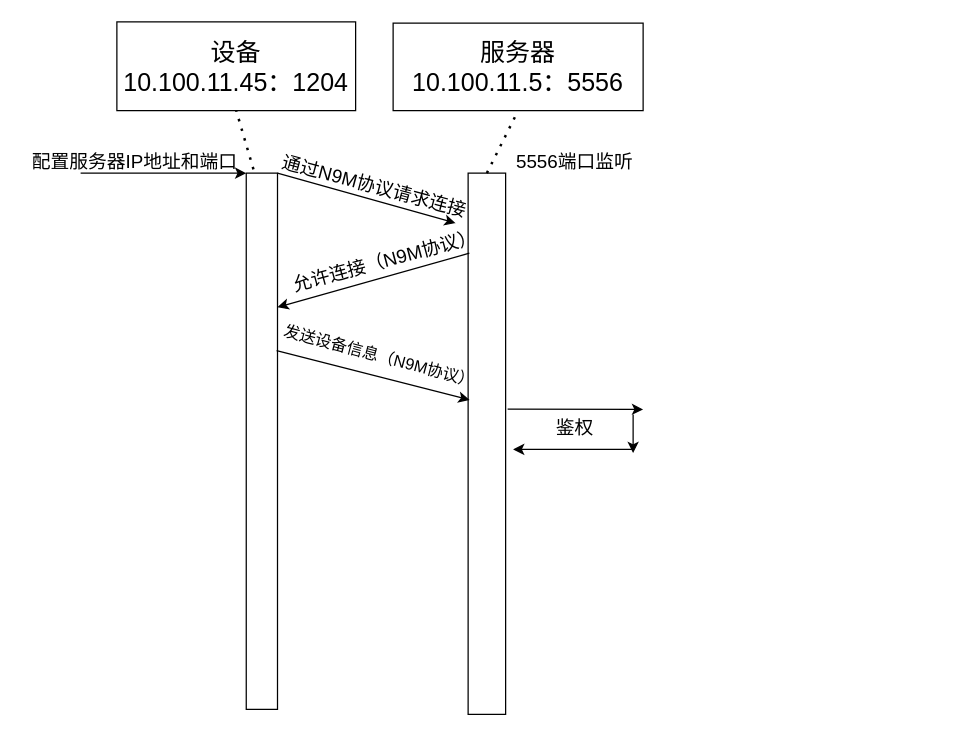
Above: Untitled Diagram.drawio in akkkriver/diagramswork (draw.io), before the change. Source tidied: cells renumbered, new cells numbered last; positions are measured from the earlier drawing's top-left corner, leaving out a move shared by most shapes. Both pictures are drawn from the tidied source at 125%, with x=0, y=0 at pixel (20, 21).
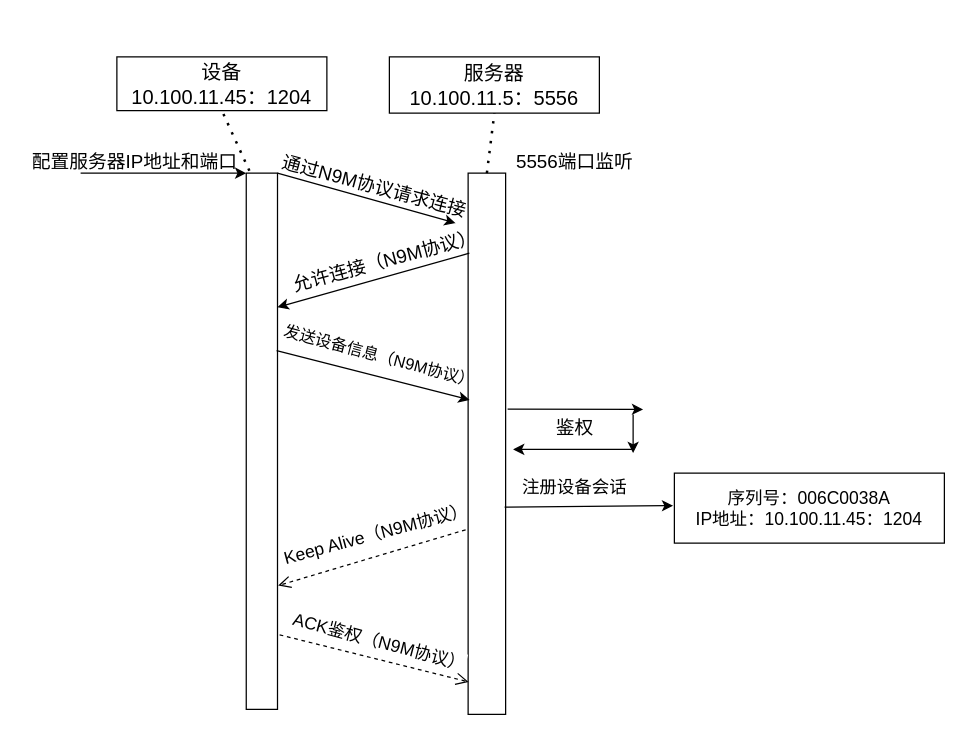
After the change.

Unchanged cells that the change refers to:
```xml
<mxCell id="4" style="rounded=0;whiteSpace=wrap;html=1;fontSize=20;direction=south;" parent="1" vertex="1">
  <mxGeometry x="180.5" y="121" width="25" height="429" as="geometry" />
</mxCell>
<mxCell id="7" style="rounded=0;whiteSpace=wrap;html=1;fontSize=15;direction=south;" parent="1" vertex="1">
  <mxGeometry x="358" y="121" width="30" height="433" as="geometry" />
</mxCell>
```

Change to the diagram source:
```diff
@@
-    <mxCell id="2" value="&lt;font style=&quot;font-size: 20px&quot;&gt;设备&lt;br&gt;10.100.11.45：1204&lt;br&gt;&lt;/font&gt;" style="rounded=0;whiteSpace=wrap;html=1;" parent="1" vertex="1">
-      <mxGeometry x="77" width="191" height="71" as="geometry" />
+    <mxCell id="2" value="&lt;font style=&quot;font-size: 16px&quot;&gt;设备&lt;br&gt;10.100.11.45：1204&lt;br&gt;&lt;/font&gt;" style="rounded=0;whiteSpace=wrap;html=1;" parent="1" vertex="1">
+      <mxGeometry x="77" y="28" width="168" height="43" as="geometry" />
     </mxCell>
@@
-    <mxCell id="10" value="&lt;font style=&quot;font-size: 20px&quot;&gt;服务器&lt;br&gt;10.100.11.5：5556&lt;br&gt;&lt;/font&gt;" style="rounded=0;whiteSpace=wrap;html=1;" parent="1" vertex="1">
-      <mxGeometry x="298" y="1" width="200" height="70" as="geometry" />
+    <mxCell id="10" value="&lt;font style=&quot;font-size: 16px&quot;&gt;服务器&lt;br&gt;10.100.11.5：5556&lt;br&gt;&lt;/font&gt;" style="rounded=0;whiteSpace=wrap;html=1;" parent="1" vertex="1">
+      <mxGeometry x="295" y="28" width="168" height="45" as="geometry" />
     </mxCell>
@@
+    <mxCell id="21" style="endArrow=classic;html=1;rounded=0;exitX=0.617;exitY=0.027;exitDx=0;exitDy=0;exitPerimeter=0;" parent="1" edge="1" source="7">
+      <mxGeometry relative="1" as="geometry">
+        <mxPoint x="522" y="387" as="targetPoint" />
+      </mxGeometry>
+    </mxCell>
+    <mxCell id="22" value="注册设备会话" style="text;html=1;align=center;verticalAlign=middle;strokeColor=none;fillColor=none;fontSize=14;" parent="1" vertex="1">
+      <mxGeometry x="396" y="361" width="94" height="21" as="geometry" />
+    </mxCell>
+    <mxCell id="23" value="序列号：006C0038A&lt;br&gt;IP地址：10.100.11.45：1204" style="rounded=0;whiteSpace=wrap;html=1;fontSize=14;" parent="1" vertex="1">
+      <mxGeometry x="523" y="361" width="216" height="56" as="geometry" />
+    </mxCell>
+    <mxCell id="24" style="html=1;verticalAlign=bottom;endArrow=open;dashed=1;endSize=8;rounded=0;fontSize=14;exitX=0.659;exitY=1.067;exitDx=0;exitDy=0;exitPerimeter=0;" parent="1" edge="1" source="7">
+      <mxGeometry relative="1" as="geometry">
+        <mxPoint x="206" y="451" as="targetPoint" />
+      </mxGeometry>
+    </mxCell>
+    <mxCell id="25" value="Keep Alive（N9M协议）" style="text;html=1;align=center;verticalAlign=middle;strokeColor=none;fillColor=none;fontSize=14;rotation=-15;" parent="1" vertex="1">
+      <mxGeometry x="203" y="399" width="162" height="21" as="geometry" />
+    </mxCell>
+    <mxCell id="26" style="html=1;verticalAlign=bottom;endArrow=open;dashed=1;endSize=8;rounded=0;fontSize=14;exitX=0.861;exitY=-0.068;exitDx=0;exitDy=0;exitPerimeter=0;entryX=0.94;entryY=0.987;entryDx=0;entryDy=0;entryPerimeter=0;" parent="1" edge="1" source="4" target="7">
+      <mxGeometry x="-0.09" y="18" relative="1" as="geometry" />
+    </mxCell>
+    <mxCell id="27" value="&lt;span style=&quot;background-color: rgb(255 , 255 , 255)&quot;&gt;ACK鉴权（N9M协议）&lt;/span&gt;" style="text;html=1;align=center;verticalAlign=middle;strokeColor=none;fillColor=none;fontSize=14;rotation=15;" parent="1" vertex="1">
+      <mxGeometry x="211" y="485" width="152" height="21" as="geometry" />
+    </mxCell>
```
